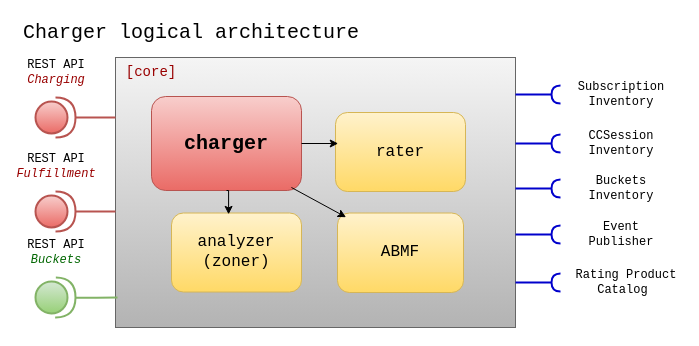
This is ratemind/charger- logical.drawio from arturd2/diagrams, a draw.io file, before an edit. Source tidied: cells renumbered, new cells numbered last; positions are measured from the earlier drawing's top-left corner, leaving out a move shared by most shapes. Both pictures are drawn from the tidied source at 100%, with x=0, y=0 at pixel (21, 17).
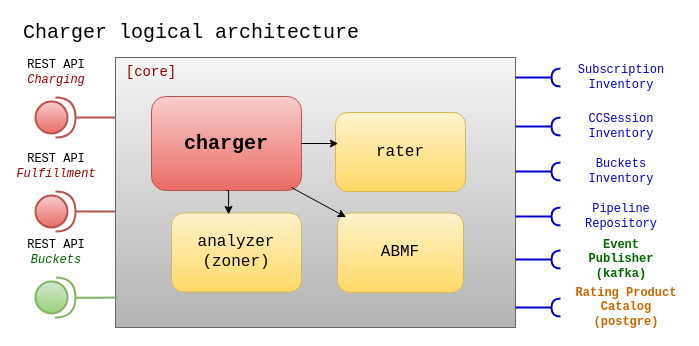
After the change.

What changed in the source:
```diff
@@
     <mxCell id="13" style="rounded=0;orthogonalLoop=1;jettySize=auto;html=1;endArrow=halfCircle;endFill=0;endSize=6;strokeWidth=2;sketch=0;fontSize=12;curved=1;strokeColor=#0000CC;" parent="1" edge="1">
       <mxGeometry relative="1" as="geometry">
-        <mxPoint x="494" y="77" as="sourcePoint" />
-        <mxPoint x="539" y="77" as="targetPoint" />
+        <mxPoint x="494" y="60" as="sourcePoint" />
+        <mxPoint x="539" y="60" as="targetPoint" />
         <Array as="points">
-          <mxPoint x="494" y="77" />
+          <mxPoint x="494" y="60" />
         </Array>
       </mxGeometry>
     </mxCell>
-    <mxCell id="14" value="Subscription Inventory" style="text;html=1;whiteSpace=wrap;strokeColor=none;fillColor=none;align=center;verticalAlign=middle;rounded=0;fontFamily=Courier New;fontStyle=0;" parent="1" vertex="1">
-      <mxGeometry x="570" y="62" width="60" height="30" as="geometry" />
+    <mxCell id="14" value="Subscription Inventory" style="text;html=1;whiteSpace=wrap;strokeColor=none;fillColor=none;align=center;verticalAlign=middle;rounded=0;fontFamily=Courier New;fontStyle=0;fontColor=#0000CC;" parent="1" vertex="1">
+      <mxGeometry x="570" y="45" width="60" height="30" as="geometry" />
     </mxCell>
     <mxCell id="15" style="rounded=0;orthogonalLoop=1;jettySize=auto;html=1;endArrow=halfCircle;endFill=0;endSize=6;strokeWidth=2;sketch=0;fontSize=12;curved=1;strokeColor=#0000CC;" parent="1" edge="1">
       <mxGeometry relative="1" as="geometry">
-        <mxPoint x="494" y="126" as="sourcePoint" />
-        <mxPoint x="539" y="126" as="targetPoint" />
+        <mxPoint x="494" y="109" as="sourcePoint" />
+        <mxPoint x="539" y="109" as="targetPoint" />
         <Array as="points">
-          <mxPoint x="494" y="126" />
+          <mxPoint x="494" y="109" />
         </Array>
       </mxGeometry>
     </mxCell>
-    <mxCell id="16" value="CCSession Inventory" style="text;html=1;whiteSpace=wrap;strokeColor=none;fillColor=none;align=center;verticalAlign=middle;rounded=0;fontFamily=Courier New;fontStyle=0;" parent="1" vertex="1">
-      <mxGeometry x="570" y="111" width="60" height="30" as="geometry" />
+    <mxCell id="16" value="CCSession Inventory" style="text;html=1;whiteSpace=wrap;strokeColor=none;fillColor=none;align=center;verticalAlign=middle;rounded=0;fontFamily=Courier New;fontStyle=0;fontColor=#0000CC;" parent="1" vertex="1">
+      <mxGeometry x="570" y="94" width="60" height="30" as="geometry" />
     </mxCell>
     <mxCell id="17" style="rounded=0;orthogonalLoop=1;jettySize=auto;html=1;endArrow=halfCircle;endFill=0;endSize=6;strokeWidth=2;sketch=0;fontSize=12;curved=1;strokeColor=#0000CC;" parent="1" edge="1">
       <mxGeometry relative="1" as="geometry">
-        <mxPoint x="494" y="265" as="sourcePoint" />
-        <mxPoint x="539" y="265" as="targetPoint" />
+        <mxPoint x="494" y="290" as="sourcePoint" />
+        <mxPoint x="539" y="290" as="targetPoint" />
         <Array as="points">
-          <mxPoint x="494" y="265" />
+          <mxPoint x="494" y="290" />
         </Array>
       </mxGeometry>
     </mxCell>
-    <mxCell id="18" value="Rating Product Catalog&amp;nbsp;" style="text;html=1;whiteSpace=wrap;strokeColor=none;fillColor=none;align=center;verticalAlign=middle;rounded=0;fontFamily=Courier New;fontStyle=0;" parent="1" vertex="1">
-      <mxGeometry x="550" y="250" width="110" height="30" as="geometry" />
+    <mxCell id="18" value="Rating Product Catalog&lt;br&gt;(postgre)" style="text;html=1;whiteSpace=wrap;strokeColor=none;fillColor=none;align=center;verticalAlign=middle;rounded=0;fontFamily=Courier New;fontStyle=1;fontColor=#CC6600;" parent="1" vertex="1">
+      <mxGeometry x="550" y="275" width="110" height="30" as="geometry" />
     </mxCell>
     <mxCell id="19" style="rounded=0;orthogonalLoop=1;jettySize=auto;html=1;endArrow=halfCircle;endFill=0;endSize=6;strokeWidth=2;sketch=0;fontSize=12;curved=1;strokeColor=#0000CC;" parent="1" edge="1">
       <mxGeometry relative="1" as="geometry">
-        <mxPoint x="494" y="171" as="sourcePoint" />
-        <mxPoint x="539" y="171" as="targetPoint" />
+        <mxPoint x="494" y="154" as="sourcePoint" />
+        <mxPoint x="539" y="154" as="targetPoint" />
         <Array as="points">
-          <mxPoint x="494" y="171" />
+          <mxPoint x="494" y="154" />
         </Array>
       </mxGeometry>
     </mxCell>
-    <mxCell id="20" value="Buckets Inventory" style="text;html=1;whiteSpace=wrap;strokeColor=none;fillColor=none;align=center;verticalAlign=middle;rounded=0;fontFamily=Courier New;fontStyle=0;" parent="1" vertex="1">
-      <mxGeometry x="570" y="156" width="60" height="30" as="geometry" />
+    <mxCell id="20" value="Buckets Inventory" style="text;html=1;whiteSpace=wrap;strokeColor=none;fillColor=none;align=center;verticalAlign=middle;rounded=0;fontFamily=Courier New;fontStyle=0;fontColor=#0000CC;" parent="1" vertex="1">
+      <mxGeometry x="570" y="139" width="60" height="30" as="geometry" />
     </mxCell>
     <mxCell id="21" style="rounded=0;orthogonalLoop=1;jettySize=auto;html=1;endArrow=halfCircle;endFill=0;endSize=6;strokeWidth=2;sketch=0;fontSize=12;curved=1;strokeColor=#0000CC;" parent="1" edge="1">
       <mxGeometry relative="1" as="geometry">
-        <mxPoint x="494" y="217" as="sourcePoint" />
-        <mxPoint x="539" y="217" as="targetPoint" />
+        <mxPoint x="494" y="242" as="sourcePoint" />
+        <mxPoint x="539" y="242" as="targetPoint" />
         <Array as="points">
-          <mxPoint x="494" y="217" />
+          <mxPoint x="494" y="242" />
         </Array>
       </mxGeometry>
     </mxCell>
-    <mxCell id="22" value="Event&lt;br&gt;Publisher" style="text;html=1;whiteSpace=wrap;strokeColor=none;fillColor=none;align=center;verticalAlign=middle;rounded=0;fontFamily=Courier New;fontStyle=0;" parent="1" vertex="1">
-      <mxGeometry x="570" y="202" width="60" height="30" as="geometry" />
+    <mxCell id="22" value="&lt;span style=&quot;color: rgb(0, 102, 0);&quot;&gt;Event&lt;br&gt;&lt;/span&gt;&lt;div&gt;&lt;span style=&quot;color: rgb(0, 102, 0);&quot;&gt;Publisher&lt;/span&gt;&lt;/div&gt;&lt;div&gt;&lt;span style=&quot;color: rgb(0, 102, 0);&quot;&gt;(kafka)&lt;/span&gt;&lt;/div&gt;" style="text;html=1;whiteSpace=wrap;strokeColor=none;fillColor=none;align=center;verticalAlign=middle;rounded=0;fontFamily=Courier New;fontStyle=1;fontColor=#0000CC;" parent="1" vertex="1">
+      <mxGeometry x="570" y="227" width="60" height="30" as="geometry" />
     </mxCell>
@@
+    <mxCell id="31" style="rounded=0;orthogonalLoop=1;jettySize=auto;html=1;endArrow=halfCircle;endFill=0;endSize=6;strokeWidth=2;sketch=0;fontSize=12;curved=1;strokeColor=#0000CC;" parent="1" edge="1">
+      <mxGeometry relative="1" as="geometry">
+        <mxPoint x="494" y="199" as="sourcePoint" />
+        <mxPoint x="539" y="199" as="targetPoint" />
+        <Array as="points">
+          <mxPoint x="494" y="199" />
+        </Array>
+      </mxGeometry>
+    </mxCell>
+    <mxCell id="32" value="Pipeline Repository" style="text;html=1;whiteSpace=wrap;strokeColor=none;fillColor=none;align=center;verticalAlign=middle;rounded=0;fontFamily=Courier New;fontStyle=0;fontColor=#0000CC;" parent="1" vertex="1">
+      <mxGeometry x="570" y="184" width="60" height="30" as="geometry" />
+    </mxCell>
```
